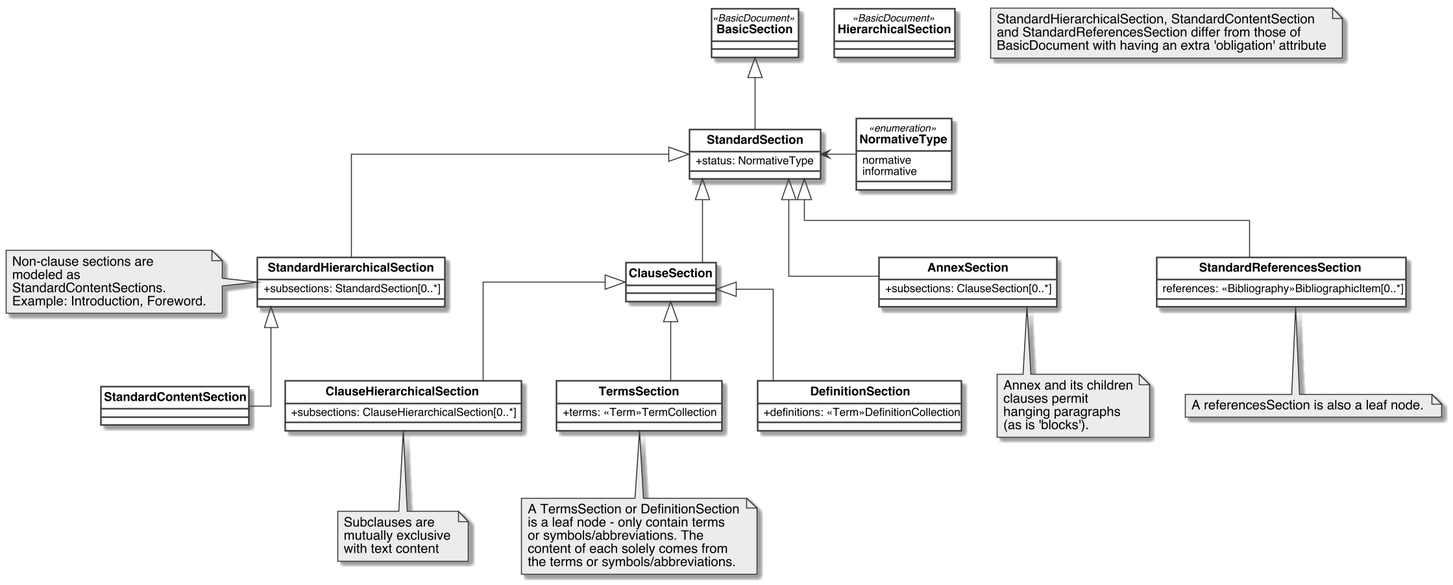
Earlier version of the PlantUML export standoc/images/StandardDoc_Sections.png (metanorma/standoc-models).
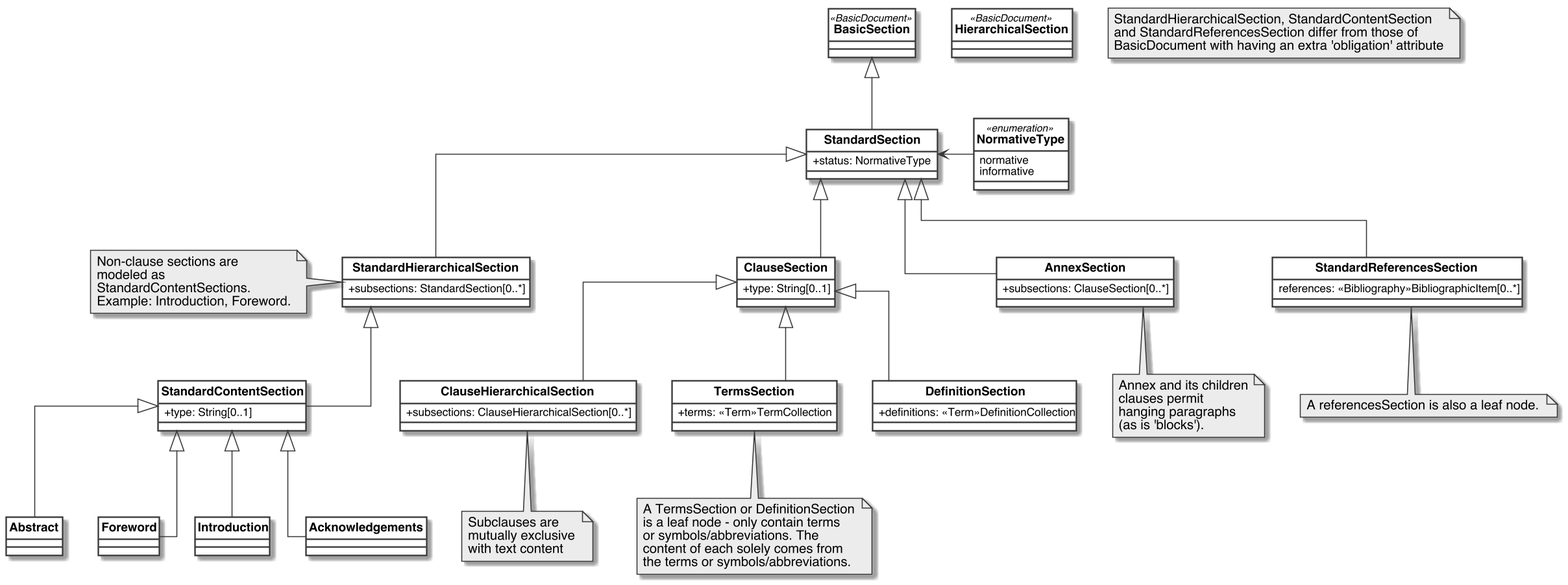
The same diagram one commit later.

Diff of the diagram source:
```diff
@@ -46,11 +46,21 @@
     +subsections: StandardSection[0..*]
 }
 
+class Abstract {
+}
+class Foreword {
+}
+class Introduction {
+}
+class Acknowledgements {
+}
+
 class StandardContentSection{
-
+    +type: String[0..1]
 }
 
 class ClauseSection{
+    +type: String[0..1]
 }
 
 class ClauseHierarchicalSection{
@@ -95,6 +105,11 @@
 
 StandardHierarchicalSection <|-- StandardContentSection
 
+StandardContentSection <|-- Abstract
+StandardContentSection <|-- Foreword
+StandardContentSection <|-- Introduction
+StandardContentSection <|-- Acknowledgements
+
 ClauseSection <|-- TermsSection
 ClauseSection <|-- DefinitionSection
 ClauseSection <|-- ClauseHierarchicalSection
```
